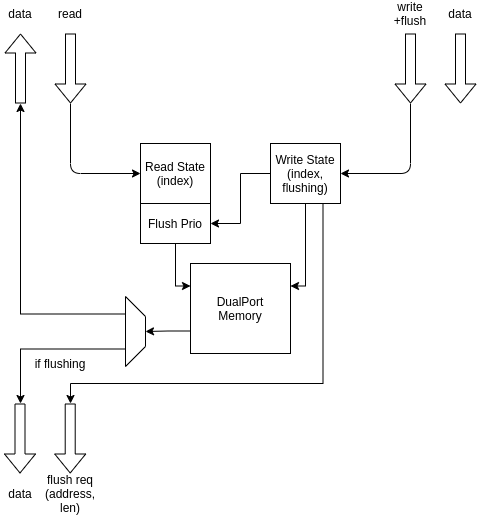
Earlier version of the draw.io export doc/_static/RamTransactional.png (Nic30/hwtLib). Source tidied: cells renumbered, new cells last; positions are measured from the earlier drawing's top-left corner, leaving out a move shared by most shapes. The source it was exported from:
```xml
<mxGraphModel>
  <root>
    <mxCell id="0" />
    <mxCell id="1" parent="0" />
    <mxCell id="2" value="Read State&lt;br&gt;(index)&lt;br&gt;" style="rounded=0;whiteSpace=wrap;html=1;" parent="1" vertex="1">
      <mxGeometry x="140" y="140" width="70" height="60" as="geometry" />
    </mxCell>
    <mxCell id="3" style="edgeStyle=orthogonalEdgeStyle;rounded=0;jettySize=auto;html=1;exitX=0;exitY=0.5;exitDx=0;exitDy=0;entryX=1;entryY=0.5;entryDx=0;entryDy=0;" parent="1" edge="1" source="6" target="9">
      <mxGeometry relative="1" as="geometry" />
    </mxCell>
    <mxCell id="4" style="edgeStyle=orthogonalEdgeStyle;rounded=0;jettySize=auto;html=1;exitX=0.5;exitY=1;exitDx=0;exitDy=0;entryX=1;entryY=0.25;entryDx=0;entryDy=0;" parent="1" edge="1" source="6" target="16">
      <mxGeometry relative="1" as="geometry">
        <Array as="points">
          <mxPoint x="305" y="283" />
        </Array>
      </mxGeometry>
    </mxCell>
    <mxCell id="5" style="edgeStyle=orthogonalEdgeStyle;rounded=0;jettySize=auto;html=1;exitX=0.75;exitY=1;exitDx=0;exitDy=0;" parent="1" edge="1" source="6">
      <mxGeometry relative="1" as="geometry">
        <mxPoint x="70" y="400" as="targetPoint" />
        <Array as="points">
          <mxPoint x="323" y="380" />
          <mxPoint x="70" y="380" />
        </Array>
      </mxGeometry>
    </mxCell>
    <mxCell id="6" value="Write State&lt;br&gt;(index,&lt;br&gt;flushing)" style="rounded=0;whiteSpace=wrap;html=1;" parent="1" vertex="1">
      <mxGeometry x="270" y="140" width="70" height="60" as="geometry" />
    </mxCell>
    <mxCell id="7" style="shape=flexArrow;endArrow=classic;html=1;" parent="1" edge="1">
      <mxGeometry relative="1" as="geometry">
        <mxPoint x="70" y="30" as="sourcePoint" />
        <mxPoint x="70" y="100" as="targetPoint" />
      </mxGeometry>
    </mxCell>
    <mxCell id="8" style="edgeStyle=orthogonalEdgeStyle;rounded=0;jettySize=auto;html=1;exitX=0.5;exitY=1;exitDx=0;exitDy=0;entryX=0;entryY=0.25;entryDx=0;entryDy=0;" parent="1" edge="1" source="9" target="16">
      <mxGeometry relative="1" as="geometry">
        <Array as="points">
          <mxPoint x="175" y="283" />
        </Array>
      </mxGeometry>
    </mxCell>
    <mxCell id="9" value="Flush Prio" style="rounded=0;whiteSpace=wrap;html=1;" parent="1" vertex="1">
      <mxGeometry x="140" y="200" width="70" height="40" as="geometry" />
    </mxCell>
    <mxCell id="10" value="read" style="text;html=1;strokeColor=none;fillColor=none;align=center;verticalAlign=middle;whiteSpace=wrap;rounded=0;" parent="1" vertex="1">
      <mxGeometry x="50" width="40" height="20" as="geometry" />
    </mxCell>
    <mxCell id="11" style="shape=flexArrow;endArrow=classic;html=1;" parent="1" edge="1">
      <mxGeometry relative="1" as="geometry">
        <mxPoint x="410" y="30" as="sourcePoint" />
        <mxPoint x="410" y="100" as="targetPoint" />
      </mxGeometry>
    </mxCell>
    <mxCell id="12" value="write&lt;br&gt;+flush" style="text;html=1;strokeColor=none;fillColor=none;align=center;verticalAlign=middle;whiteSpace=wrap;rounded=0;" parent="1" vertex="1">
      <mxGeometry x="390" width="40" height="20" as="geometry" />
    </mxCell>
    <mxCell id="13" style="endArrow=classic;html=1;entryX=0;entryY=0.5;entryDx=0;entryDy=0;" parent="1" edge="1" target="2">
      <mxGeometry relative="1" as="geometry">
        <mxPoint x="70" y="100" as="sourcePoint" />
        <Array as="points">
          <mxPoint x="70" y="170" />
        </Array>
      </mxGeometry>
    </mxCell>
    <mxCell id="14" style="endArrow=classic;html=1;entryX=1;entryY=0.5;entryDx=0;entryDy=0;" parent="1" edge="1" target="6">
      <mxGeometry relative="1" as="geometry">
        <mxPoint x="410" y="100" as="sourcePoint" />
        <Array as="points">
          <mxPoint x="410" y="170" />
        </Array>
      </mxGeometry>
    </mxCell>
    <mxCell id="15" style="edgeStyle=orthogonalEdgeStyle;rounded=0;jettySize=auto;html=1;exitX=0;exitY=0.75;exitDx=0;exitDy=0;entryX=0.5;entryY=0;entryDx=0;entryDy=0;" parent="1" edge="1" source="16" target="22">
      <mxGeometry relative="1" as="geometry" />
    </mxCell>
    <mxCell id="16" value="DualPort&lt;br&gt;Memory" style="rounded=0;whiteSpace=wrap;html=1;" parent="1" vertex="1">
      <mxGeometry x="190" y="260" width="100" height="90" as="geometry" />
    </mxCell>
    <mxCell id="17" style="shape=flexArrow;endArrow=classic;html=1;" parent="1" edge="1">
      <mxGeometry relative="1" as="geometry">
        <mxPoint x="19.5" y="400" as="sourcePoint" />
        <mxPoint x="19.5" y="470" as="targetPoint" />
      </mxGeometry>
    </mxCell>
    <mxCell id="18" style="shape=flexArrow;endArrow=classic;html=1;" parent="1" edge="1">
      <mxGeometry relative="1" as="geometry">
        <mxPoint x="20" y="100" as="sourcePoint" />
        <mxPoint x="20" y="30" as="targetPoint" />
      </mxGeometry>
    </mxCell>
    <mxCell id="19" value="data" style="text;html=1;strokeColor=none;fillColor=none;align=center;verticalAlign=middle;whiteSpace=wrap;rounded=0;" parent="1" vertex="1">
      <mxGeometry width="40" height="20" as="geometry" />
    </mxCell>
    <mxCell id="20" style="edgeStyle=orthogonalEdgeStyle;rounded=0;jettySize=auto;html=1;exitX=0.25;exitY=1;exitDx=0;exitDy=0;" parent="1" edge="1" source="22">
      <mxGeometry relative="1" as="geometry">
        <mxPoint x="20" y="100" as="targetPoint" />
      </mxGeometry>
    </mxCell>
    <mxCell id="21" style="edgeStyle=orthogonalEdgeStyle;rounded=0;jettySize=auto;html=1;exitX=0.75;exitY=1;exitDx=0;exitDy=0;" parent="1" edge="1" source="22">
      <mxGeometry relative="1" as="geometry">
        <mxPoint x="20" y="400" as="targetPoint" />
      </mxGeometry>
    </mxCell>
    <mxCell id="22" style="shape=trapezoid;perimeter=trapezoidPerimeter;whiteSpace=wrap;html=1;fixedSize=1;rotation=90;" parent="1" vertex="1">
      <mxGeometry x="100" y="318" width="70" height="20" as="geometry" />
    </mxCell>
    <mxCell id="23" value="data" style="text;html=1;strokeColor=none;fillColor=none;align=center;verticalAlign=middle;whiteSpace=wrap;rounded=0;" parent="1" vertex="1">
      <mxGeometry y="480" width="40" height="20" as="geometry" />
    </mxCell>
    <mxCell id="24" style="shape=flexArrow;endArrow=classic;html=1;" parent="1" edge="1">
      <mxGeometry relative="1" as="geometry">
        <mxPoint x="69.7" y="400" as="sourcePoint" />
        <mxPoint x="69.7" y="470" as="targetPoint" />
      </mxGeometry>
    </mxCell>
    <mxCell id="25" value="flush req&lt;br&gt;(address,&lt;br&gt;len)" style="text;html=1;strokeColor=none;fillColor=none;align=center;verticalAlign=middle;whiteSpace=wrap;rounded=0;" parent="1" vertex="1">
      <mxGeometry x="35" y="480" width="70" height="20" as="geometry" />
    </mxCell>
    <mxCell id="26" style="shape=flexArrow;endArrow=classic;html=1;" parent="1" edge="1">
      <mxGeometry relative="1" as="geometry">
        <mxPoint x="460" y="30" as="sourcePoint" />
        <mxPoint x="460" y="100" as="targetPoint" />
      </mxGeometry>
    </mxCell>
    <mxCell id="27" value="data" style="text;html=1;strokeColor=none;fillColor=none;align=center;verticalAlign=middle;whiteSpace=wrap;rounded=0;" parent="1" vertex="1">
      <mxGeometry x="440" width="40" height="20" as="geometry" />
    </mxCell>
    <mxCell id="28" value="if flushing" style="text;html=1;strokeColor=none;fillColor=none;align=center;verticalAlign=middle;whiteSpace=wrap;rounded=0;" parent="1" vertex="1">
      <mxGeometry x="30" y="350" width="60" height="20" as="geometry" />
    </mxCell>
  </root>
</mxGraphModel>
```
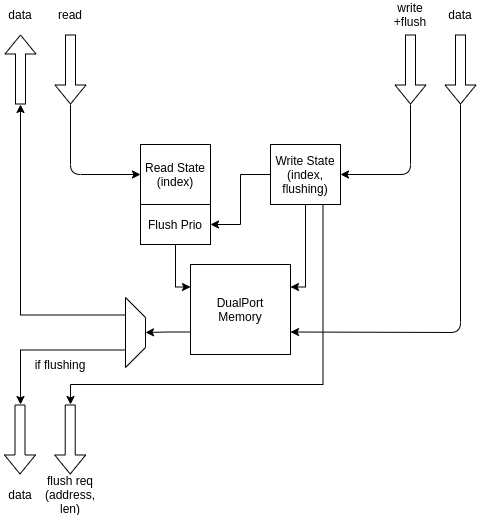
Later version of the same file.

Commit message:
doc: AxiCacheAllowWaw... changed main diagram.

Fixed missing arrow

Change to the diagram source:
```diff
@@ -129,5 +129,13 @@
     <mxCell id="28" value="if flushing" style="text;html=1;strokeColor=none;fillColor=none;align=center;verticalAlign=middle;whiteSpace=wrap;rounded=0;" parent="1" vertex="1">
       <mxGeometry x="30" y="350" width="60" height="20" as="geometry" />
     </mxCell>
+    <mxCell id="29" style="endArrow=classic;html=1;entryX=1;entryY=0.75;entryDx=0;entryDy=0;" parent="1" edge="1" target="16">
+      <mxGeometry relative="1" as="geometry">
+        <mxPoint x="460" y="100" as="sourcePoint" />
+        <Array as="points">
+          <mxPoint x="460" y="328" />
+        </Array>
+      </mxGeometry>
+    </mxCell>
   </root>
 </mxGraphModel>
```
